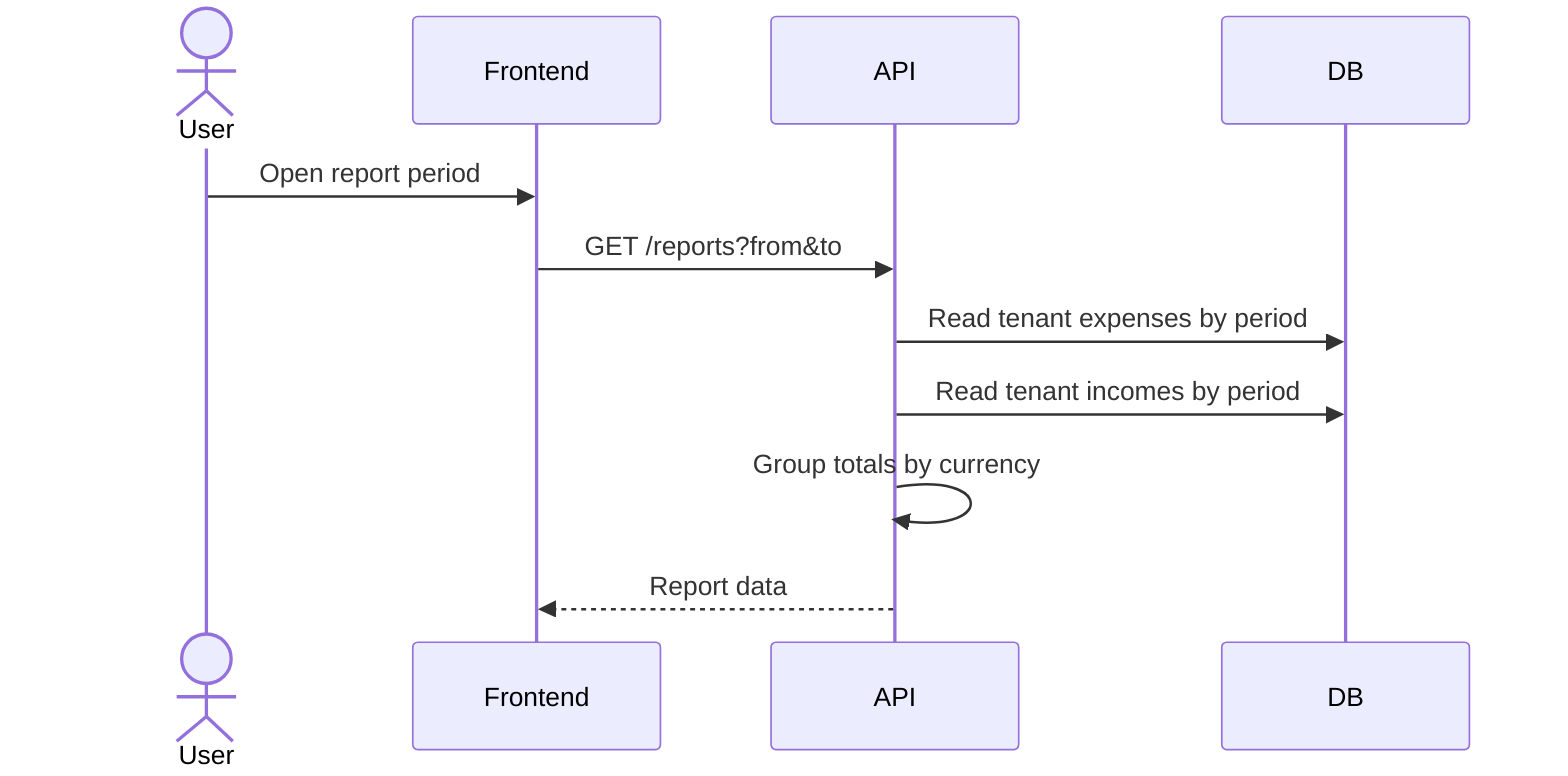
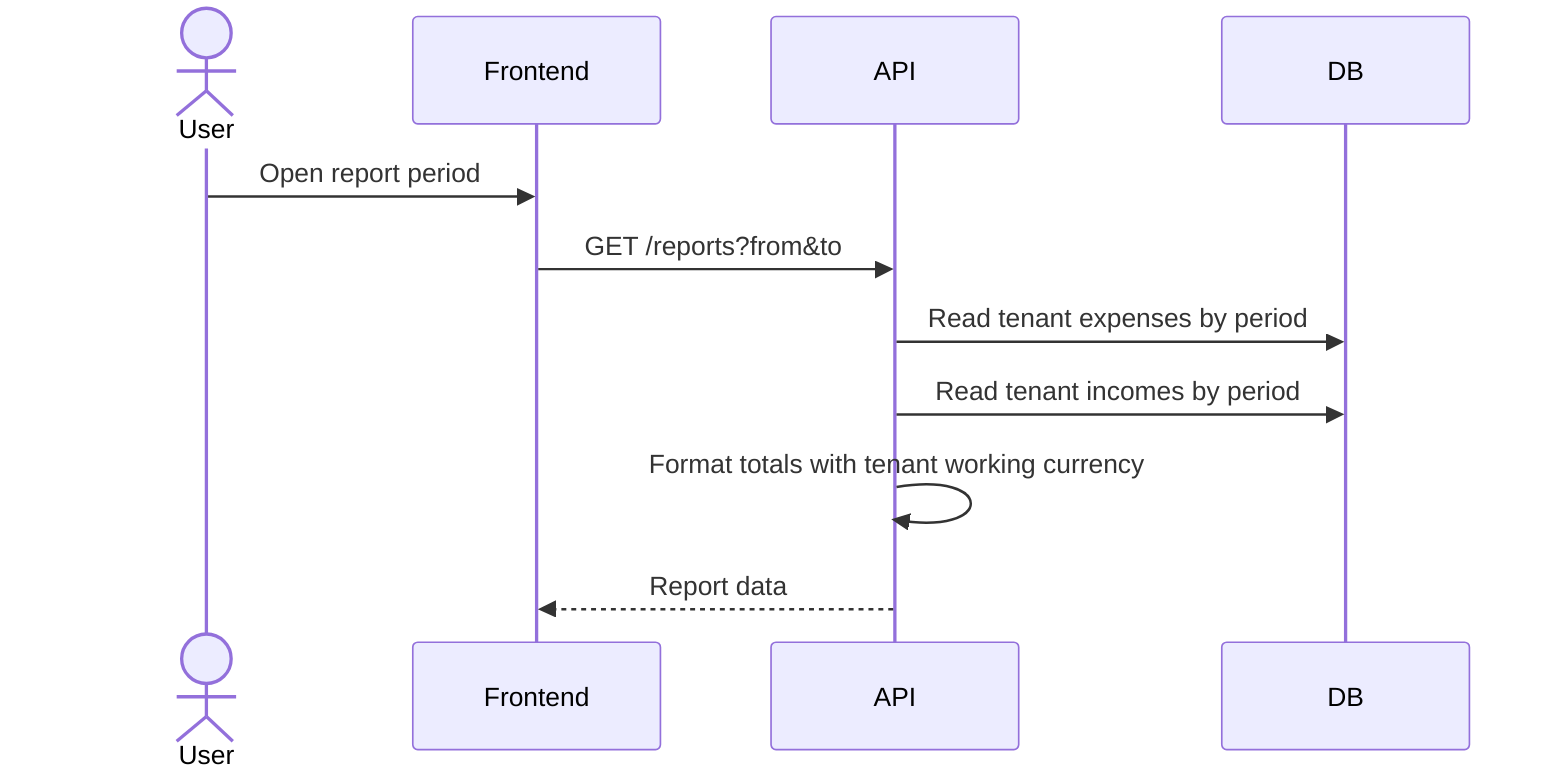
sequenceDiagram
  actor User
  participant Frontend
  participant API
  participant DB
  User->>Frontend: Open report period
  Frontend->>API: GET /reports?from&to
  API->>DB: Read tenant expenses by period
  API->>DB: Read tenant incomes by period
-   API->>API: Group totals by currency
+   API->>API: Format totals with tenant working currency
  API-->>Frontend: Report data
